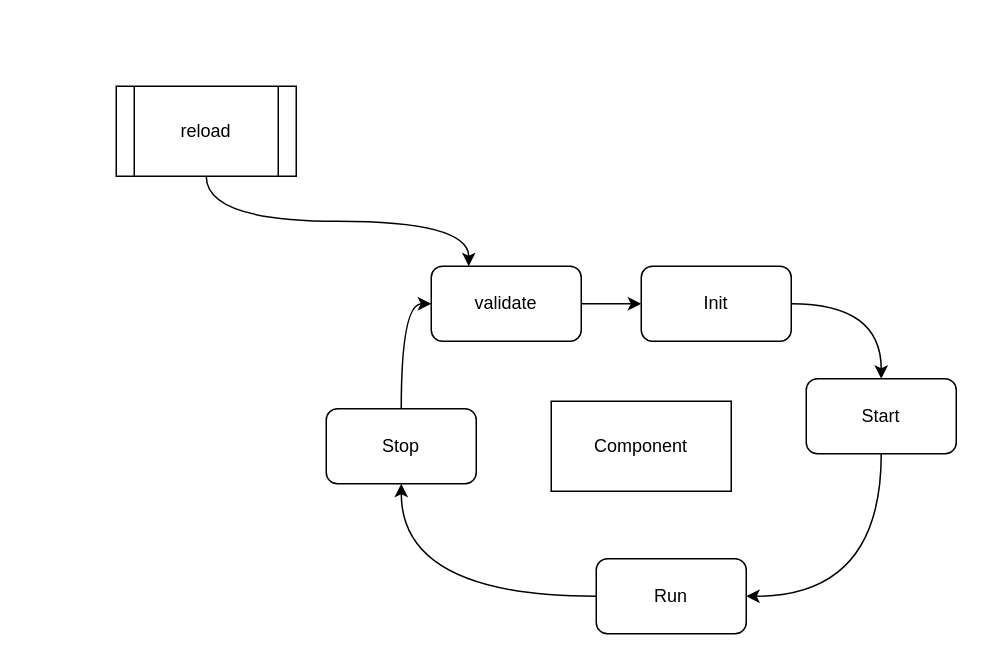
This is logjacht-cfg.drawio from ethfoo/drawio, a draw.io file, before an edit. Source tidied: cells renumbered, new cells numbered last; positions are measured from the earlier drawing's top-left corner, leaving out a move shared by most shapes. Both pictures are drawn from the tidied source at 150%, with x=0, y=0 at pixel (116, 86).
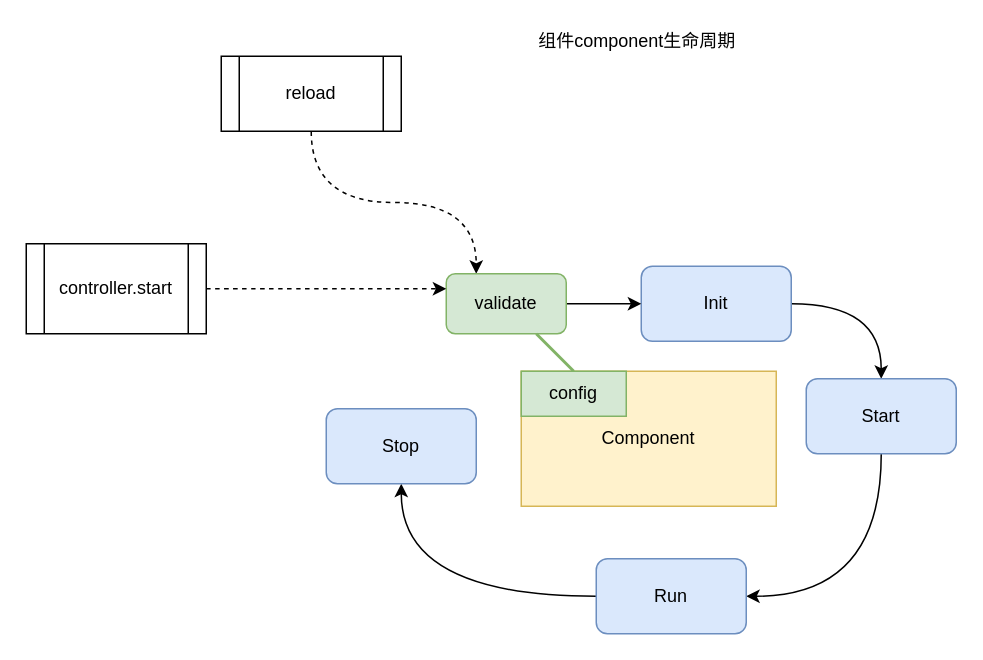
Above is the later version.

What changed in the source:
```diff
@@
-    <mxCell id="3" value="Init" style="rounded=1;whiteSpace=wrap;html=1;" parent="1" vertex="1">
+    <mxCell id="3" value="Init" style="rounded=1;whiteSpace=wrap;html=1;fillColor=#dae8fc;strokeColor=#6c8ebf;" parent="1" vertex="1">
       <mxGeometry x="350" y="120" width="100" height="50" as="geometry" />
     </mxCell>
-    <mxCell id="4" value="Component" style="rounded=0;whiteSpace=wrap;html=1;" parent="1" vertex="1">
-      <mxGeometry x="290" y="210" width="120" height="60" as="geometry" />
+    <mxCell id="4" value="Component" style="rounded=0;whiteSpace=wrap;html=1;fillColor=#fff2cc;strokeColor=#d6b656;" parent="1" vertex="1">
+      <mxGeometry x="270" y="190" width="170" height="90" as="geometry" />
     </mxCell>
@@
-    <mxCell id="6" value="Start" style="rounded=1;whiteSpace=wrap;html=1;" parent="1" vertex="1">
+    <mxCell id="6" value="Start" style="rounded=1;whiteSpace=wrap;html=1;fillColor=#dae8fc;strokeColor=#6c8ebf;" parent="1" vertex="1">
       <mxGeometry x="460" y="195" width="100" height="50" as="geometry" />
     </mxCell>
@@
-    <mxCell id="8" value="Run" style="rounded=1;whiteSpace=wrap;html=1;" parent="1" vertex="1">
+    <mxCell id="8" value="Run" style="rounded=1;whiteSpace=wrap;html=1;fillColor=#dae8fc;strokeColor=#6c8ebf;" parent="1" vertex="1">
       <mxGeometry x="320" y="315" width="100" height="50" as="geometry" />
     </mxCell>
-    <mxCell id="9" style="edgeStyle=orthogonalEdgeStyle;curved=1;rounded=0;jettySize=auto;html=1;exitX=0.5;exitY=0;exitDx=0;exitDy=0;strokeWidth=1;" parent="1" edge="1" source="10" target="14">
-      <mxGeometry relative="1" as="geometry">
-        <Array as="points">
-          <mxPoint x="190" y="145" />
-        </Array>
-      </mxGeometry>
-    </mxCell>
-    <mxCell id="10" value="Stop" style="rounded=1;whiteSpace=wrap;html=1;" parent="1" vertex="1">
+    <mxCell id="10" value="Stop" style="rounded=1;whiteSpace=wrap;html=1;fillColor=#dae8fc;strokeColor=#6c8ebf;" parent="1" vertex="1">
       <mxGeometry x="140" y="215" width="100" height="50" as="geometry" />
     </mxCell>
-    <mxCell id="11" style="edgeStyle=orthogonalEdgeStyle;curved=1;rounded=0;jettySize=auto;html=1;exitX=0.5;exitY=1;exitDx=0;exitDy=0;entryX=0.25;entryY=0;entryDx=0;entryDy=0;strokeWidth=1;" parent="1" edge="1" source="12" target="14">
+    <mxCell id="11" style="edgeStyle=orthogonalEdgeStyle;curved=1;rounded=0;jettySize=auto;html=1;exitX=0.5;exitY=1;exitDx=0;exitDy=0;entryX=0.25;entryY=0;entryDx=0;entryDy=0;strokeWidth=1;dashed=1;" parent="1" edge="1" source="12" target="14">
       <mxGeometry relative="1" as="geometry" />
     </mxCell>
     <mxCell id="12" value="reload" style="shape=process;whiteSpace=wrap;html=1;backgroundOutline=1;" parent="1" vertex="1">
-      <mxGeometry width="120" height="60" as="geometry" />
+      <mxGeometry x="70" y="-20" width="120" height="50" as="geometry" />
     </mxCell>
@@
-    <mxCell id="14" value="validate" style="rounded=1;whiteSpace=wrap;html=1;" parent="1" vertex="1">
-      <mxGeometry x="210" y="120" width="100" height="50" as="geometry" />
+    <mxCell id="14" value="validate" style="rounded=1;whiteSpace=wrap;html=1;fillColor=#d5e8d4;strokeColor=#82b366;" parent="1" vertex="1">
+      <mxGeometry x="220" y="125" width="80" height="40" as="geometry" />
     </mxCell>
+    <mxCell id="15" style="rounded=0;jettySize=auto;html=1;exitX=0.5;exitY=0;exitDx=0;exitDy=0;entryX=0.75;entryY=1;entryDx=0;entryDy=0;startArrow=none;startFill=0;strokeWidth=2;endArrow=none;endFill=0;fillColor=#d5e8d4;strokeColor=#82b366;" parent="1" edge="1" source="16" target="14">
+      <mxGeometry relative="1" as="geometry" />
+    </mxCell>
+    <mxCell id="16" value="config" style="rounded=0;whiteSpace=wrap;html=1;fillColor=#d5e8d4;strokeColor=#82b366;" parent="1" vertex="1">
+      <mxGeometry x="270" y="190" width="70" height="30" as="geometry" />
+    </mxCell>
+    <mxCell id="17" style="edgeStyle=orthogonalEdgeStyle;curved=1;rounded=0;jettySize=auto;html=1;exitX=1;exitY=0.5;exitDx=0;exitDy=0;entryX=0;entryY=0.25;entryDx=0;entryDy=0;dashed=1;startArrow=none;startFill=0;endArrow=classic;endFill=1;strokeWidth=1;" parent="1" edge="1" source="18" target="14">
+      <mxGeometry relative="1" as="geometry" />
+    </mxCell>
+    <mxCell id="18" value="controller.start" style="shape=process;whiteSpace=wrap;html=1;backgroundOutline=1;" parent="1" vertex="1">
+      <mxGeometry x="-60" y="105" width="120" height="60" as="geometry" />
+    </mxCell>
+    <mxCell id="19" value="组件component生命周期" style="text;html=1;strokeColor=none;fillColor=none;align=center;verticalAlign=middle;whiteSpace=wrap;rounded=0;" parent="1" vertex="1">
+      <mxGeometry x="270" y="-40" width="155" height="20" as="geometry" />
+    </mxCell>
```
